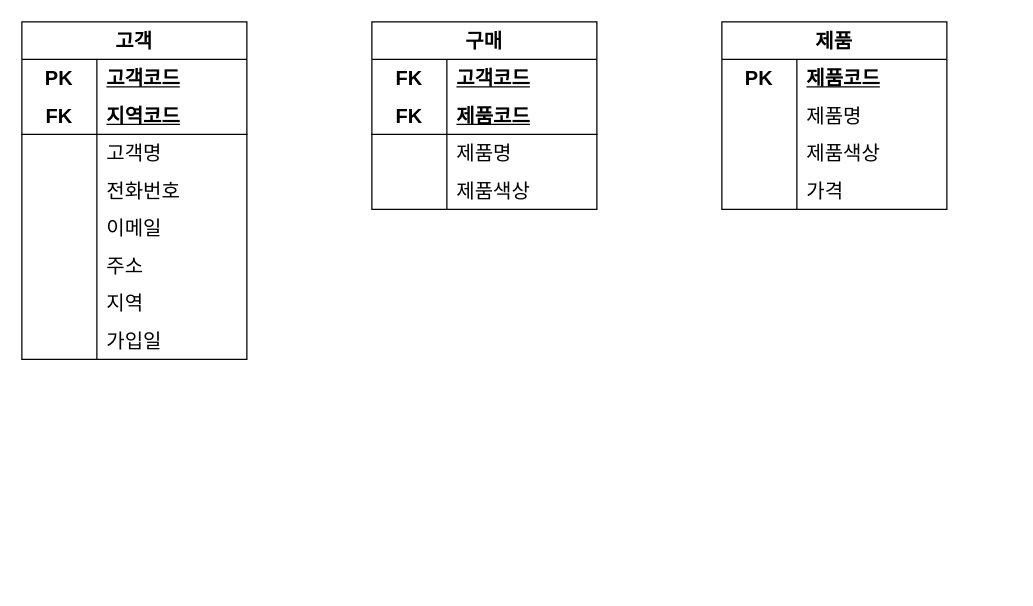
Above: page "릴레이션" (2 of 2) of 온라인상거래.drawio in 2naayoon/prep (draw.io), before the change. Source tidied: cells renumbered, new cells numbered last; positions are measured from the earlier drawing's top-left corner, leaving out a move shared by most shapes. Both pictures are drawn from the tidied source at 125%, with x=0, y=0 at pixel (21, 21).
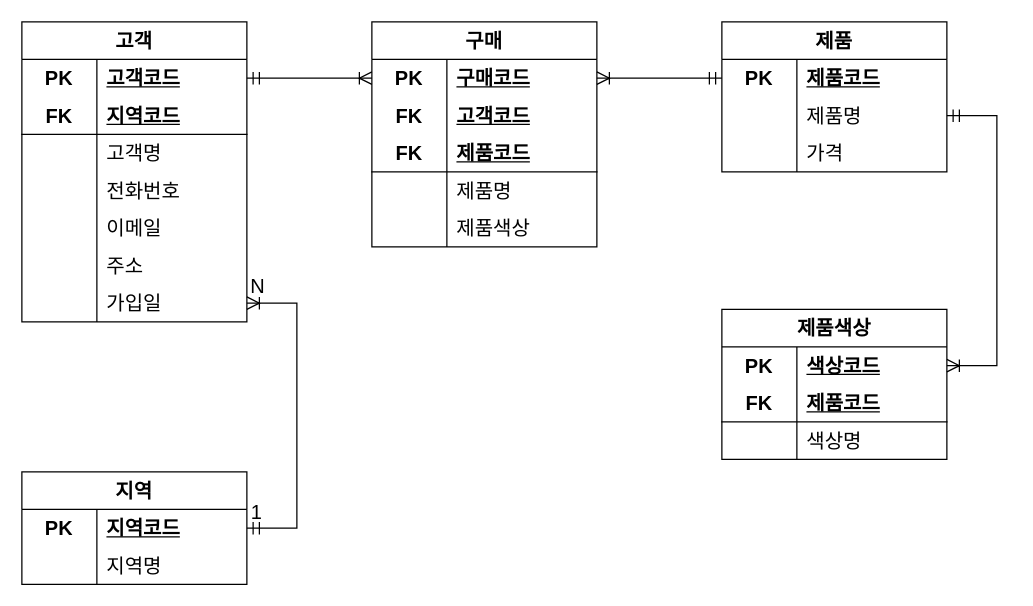
Above is the later version.

The change refers to these unchanged cells:
```xml
<mxCell id="3" style="shape=tableRow;horizontal=0;startSize=0;swimlaneHead=0;swimlaneBody=0;fillColor=none;points=[[0,0.5],[1,0.5]];portConstraint=eastwest;top=0;left=0;right=0;bottom=0;html=1;fontSize=16;" parent="2" vertex="1">
  <mxGeometry y="30" width="180" height="30" as="geometry" />
</mxCell>
<mxCell id="28" style="shape=tableRow;horizontal=0;startSize=0;swimlaneHead=0;swimlaneBody=0;fillColor=none;points=[[0,0.5],[1,0.5]];portConstraint=eastwest;top=0;left=0;right=0;bottom=0;html=1;fontSize=16;" parent="27" vertex="1">
  <mxGeometry y="30" width="180" height="30" as="geometry" />
</mxCell>
<mxCell id="31" style="shape=tableRow;horizontal=0;startSize=0;swimlaneHead=0;swimlaneBody=0;fillColor=none;points=[[0,0.5],[1,0.5]];portConstraint=eastwest;top=0;left=0;right=0;bottom=0;html=1;fontSize=16;" parent="27" vertex="1">
  <mxGeometry y="60" width="180" height="30" as="geometry" />
</mxCell>
```

The edit, as a diff of the source:
```diff
@@
     <mxCell id="2" value="고객" style="shape=table;startSize=30;childLayout=tableLayout;rowLines=0;fontStyle=1;align=center;html=1;whiteSpace=wrap;fontSize=16;" parent="1" vertex="1">
-      <mxGeometry width="180" height="270" as="geometry" />
+      <mxGeometry width="180" height="240" as="geometry" />
     </mxCell>
@@
-    <mxCell id="21" style="shape=tableRow;horizontal=0;startSize=0;swimlaneHead=0;swimlaneBody=0;fillColor=none;top=0;left=0;right=0;bottom=0;html=1;fontSize=16;" parent="2" vertex="1">
-      <mxGeometry y="210" width="180" height="30" as="geometry" />
-    </mxCell>
-    <mxCell id="22" style="shape=partialRectangle;fillColor=none;top=0;left=0;bottom=0;right=0;overflow=hidden;html=1;whiteSpace=wrap;fontSize=16;" parent="21" vertex="1">
-      <mxGeometry width="60" height="30" as="geometry" />
-    </mxCell>
-    <mxCell id="23" value="지역" style="shape=partialRectangle;fillColor=none;top=0;left=0;bottom=0;right=0;align=left;spacingLeft=6;overflow=hidden;html=1;whiteSpace=wrap;fontSize=16;" parent="21" vertex="1">
-      <mxGeometry x="60" width="120" height="30" as="geometry" />
-    </mxCell>
     <mxCell id="24" style="shape=tableRow;horizontal=0;startSize=0;swimlaneHead=0;swimlaneBody=0;fillColor=none;points=[[0,0.5],[1,0.5]];portConstraint=eastwest;top=0;left=0;right=0;bottom=0;html=1;fontSize=16;" parent="2" vertex="1">
-      <mxGeometry y="240" width="180" height="30" as="geometry" />
+      <mxGeometry y="210" width="180" height="30" as="geometry" />
     </mxCell>
@@
     <mxCell id="27" value="제품" style="shape=table;startSize=30;childLayout=tableLayout;rowLines=0;fontStyle=1;align=center;html=1;whiteSpace=wrap;fontSize=16;" parent="1" vertex="1">
-      <mxGeometry x="560" width="180" height="150" as="geometry" />
+      <mxGeometry x="560" width="180" height="120" as="geometry" />
     </mxCell>
@@
-    <mxCell id="34" style="shape=tableRow;horizontal=0;startSize=0;swimlaneHead=0;swimlaneBody=0;fillColor=none;top=0;left=0;right=0;bottom=0;html=1;fontSize=16;" parent="27" vertex="1">
-      <mxGeometry y="90" width="180" height="30" as="geometry" />
-    </mxCell>
-    <mxCell id="35" style="shape=partialRectangle;fillColor=none;top=0;left=0;bottom=0;right=0;overflow=hidden;html=1;whiteSpace=wrap;fontSize=16;" parent="34" vertex="1">
-      <mxGeometry width="60" height="30" as="geometry" />
-    </mxCell>
-    <mxCell id="36" value="제품색상" style="shape=partialRectangle;fillColor=none;top=0;left=0;bottom=0;right=0;align=left;spacingLeft=6;overflow=hidden;html=1;whiteSpace=wrap;fontSize=16;" parent="34" vertex="1">
-      <mxGeometry x="60" width="120" height="30" as="geometry" />
-    </mxCell>
     <mxCell id="37" style="shape=tableRow;horizontal=0;startSize=0;swimlaneHead=0;swimlaneBody=0;fillColor=none;top=0;left=0;right=0;bottom=0;html=1;fontSize=16;" parent="27" vertex="1">
-      <mxGeometry y="120" width="180" height="30" as="geometry" />
+      <mxGeometry y="90" width="180" height="30" as="geometry" />
     </mxCell>
@@
     <mxCell id="40" value="구매" style="shape=table;startSize=30;childLayout=tableLayout;rowLines=0;fontStyle=1;align=center;html=1;whiteSpace=wrap;fontSize=16;" parent="1" vertex="1">
-      <mxGeometry x="280" width="180" height="150" as="geometry" />
+      <mxGeometry x="280" width="180" height="180" as="geometry" />
     </mxCell>
+    <mxCell id="53" style="shape=tableRow;horizontal=0;startSize=0;swimlaneHead=0;swimlaneBody=0;fillColor=none;points=[[0,0.5],[1,0.5]];portConstraint=eastwest;top=0;left=0;right=0;bottom=0;html=1;fontSize=16;" parent="40" vertex="1">
+      <mxGeometry y="30" width="180" height="30" as="geometry" />
+    </mxCell>
+    <mxCell id="54" value="PK" style="shape=partialRectangle;fillColor=none;top=0;left=0;bottom=0;right=0;fontStyle=1;overflow=hidden;html=1;whiteSpace=wrap;fontSize=16;" parent="53" vertex="1">
+      <mxGeometry width="60" height="30" as="geometry" />
+    </mxCell>
+    <mxCell id="55" value="구매코드" style="shape=partialRectangle;fillColor=none;top=0;left=0;bottom=0;right=0;align=left;spacingLeft=6;fontStyle=5;overflow=hidden;html=1;whiteSpace=wrap;fontSize=16;" parent="53" vertex="1">
+      <mxGeometry x="60" width="120" height="30" as="geometry" />
+    </mxCell>
     <mxCell id="41" style="shape=tableRow;horizontal=0;startSize=0;swimlaneHead=0;swimlaneBody=0;fillColor=none;top=0;left=0;right=0;bottom=0;html=1;fontSize=16;" parent="40" vertex="1">
-      <mxGeometry y="30" width="180" height="30" as="geometry" />
+      <mxGeometry y="60" width="180" height="30" as="geometry" />
     </mxCell>
@@
     <mxCell id="44" style="shape=tableRow;horizontal=0;startSize=0;swimlaneHead=0;swimlaneBody=0;fillColor=none;top=0;left=0;right=0;bottom=1;html=1;fontSize=16;" parent="40" vertex="1">
-      <mxGeometry y="60" width="180" height="30" as="geometry" />
+      <mxGeometry y="90" width="180" height="30" as="geometry" />
     </mxCell>
@@
     <mxCell id="47" style="shape=tableRow;horizontal=0;startSize=0;swimlaneHead=0;swimlaneBody=0;fillColor=none;top=0;left=0;right=0;bottom=0;html=1;fontSize=16;" parent="40" vertex="1">
-      <mxGeometry y="90" width="180" height="30" as="geometry" />
+      <mxGeometry y="120" width="180" height="30" as="geometry" />
     </mxCell>
@@
     <mxCell id="50" style="shape=tableRow;horizontal=0;startSize=0;swimlaneHead=0;swimlaneBody=0;fillColor=none;top=0;left=0;right=0;bottom=0;html=1;fontSize=16;" parent="40" vertex="1">
-      <mxGeometry y="120" width="180" height="30" as="geometry" />
+      <mxGeometry y="150" width="180" height="30" as="geometry" />
     </mxCell>
@@
+    <mxCell id="23" value="지역" style="shape=table;startSize=30;childLayout=tableLayout;rowLines=0;fontStyle=1;align=center;html=1;whiteSpace=wrap;fontSize=16;" parent="1" vertex="1">
+      <mxGeometry y="360" width="180" height="90" as="geometry" />
+    </mxCell>
+    <mxCell id="56" style="shape=tableRow;horizontal=0;startSize=0;swimlaneHead=0;swimlaneBody=0;fillColor=none;points=[[0,0.5],[1,0.5]];portConstraint=eastwest;top=0;left=0;right=0;bottom=0;html=1;fontSize=16;swimlaneFillColor=none;" parent="23" vertex="1">
+      <mxGeometry y="30" width="180" height="30" as="geometry" />
+    </mxCell>
+    <mxCell id="57" value="PK" style="shape=partialRectangle;fillColor=none;top=0;left=0;bottom=0;right=0;fontStyle=1;overflow=hidden;html=1;whiteSpace=wrap;fontSize=16;" parent="56" vertex="1">
+      <mxGeometry width="60" height="30" as="geometry" />
+    </mxCell>
+    <mxCell id="58" value="지역코드" style="shape=partialRectangle;fillColor=none;top=0;left=0;bottom=0;right=0;align=left;spacingLeft=6;fontStyle=5;overflow=hidden;html=1;whiteSpace=wrap;fontSize=16;" parent="56" vertex="1">
+      <mxGeometry x="60" width="120" height="30" as="geometry" />
+    </mxCell>
+    <mxCell id="59" style="shape=tableRow;horizontal=0;startSize=0;swimlaneHead=0;swimlaneBody=0;fillColor=none;top=0;left=0;right=0;bottom=0;html=1;fontSize=16;" parent="23" vertex="1">
+      <mxGeometry y="60" width="180" height="30" as="geometry" />
+    </mxCell>
+    <mxCell id="60" style="shape=partialRectangle;fillColor=none;top=0;left=0;bottom=0;right=0;overflow=hidden;html=1;whiteSpace=wrap;fontSize=16;" parent="59" vertex="1">
+      <mxGeometry width="60" height="30" as="geometry" />
+    </mxCell>
+    <mxCell id="61" value="지역명" style="shape=partialRectangle;fillColor=none;top=0;left=0;bottom=0;right=0;align=left;spacingLeft=6;overflow=hidden;html=1;whiteSpace=wrap;fontSize=16;" parent="59" vertex="1">
+      <mxGeometry x="60" width="120" height="30" as="geometry" />
+    </mxCell>
+    <mxCell id="62" style="edgeStyle=orthogonalEdgeStyle;fontSize=12;html=1;endArrow=ERoneToMany;startArrow=ERmandOne;rounded=0;startSize=8;endSize=8;exitX=1;exitY=0.5;exitDx=0;exitDy=0;entryX=1;entryY=0.5;entryDx=0;entryDy=0;" parent="1" edge="1" source="56" target="24">
+      <mxGeometry relative="1" as="geometry">
+        <Array as="points">
+          <mxPoint x="220" y="405" />
+          <mxPoint x="220" y="225" />
+        </Array>
+      </mxGeometry>
+    </mxCell>
+    <mxCell id="63" value="N" style="text;strokeColor=none;fillColor=none;html=1;align=center;verticalAlign=middle;whiteSpace=wrap;rounded=0;fontSize=16;" parent="1" vertex="1">
+      <mxGeometry x="184" y="206" width="10" height="10" as="geometry" />
+    </mxCell>
+    <mxCell id="64" value="1" style="text;strokeColor=none;fillColor=none;html=1;align=center;verticalAlign=middle;whiteSpace=wrap;rounded=0;fontSize=16;" parent="1" vertex="1">
+      <mxGeometry x="183" y="387" width="10" height="10" as="geometry" />
+    </mxCell>
+    <mxCell id="36" value="제품색상" style="shape=table;startSize=30;childLayout=tableLayout;rowLines=0;fontStyle=1;align=center;html=1;whiteSpace=wrap;strokeColor=default;verticalAlign=middle;fontFamily=Helvetica;fontSize=16;fontColor=default;fillColor=none;" parent="1" vertex="1">
+      <mxGeometry x="560" y="230" width="180" height="120" as="geometry" />
+    </mxCell>
+    <mxCell id="65" style="shape=tableRow;horizontal=0;startSize=0;swimlaneHead=0;swimlaneBody=0;fillColor=none;points=[[0,0.5],[1,0.5]];portConstraint=eastwest;top=0;left=0;right=0;bottom=0;html=1;strokeColor=default;align=center;verticalAlign=middle;fontFamily=Helvetica;fontSize=16;fontColor=default;" parent="36" vertex="1">
+      <mxGeometry y="30" width="180" height="30" as="geometry" />
+    </mxCell>
+    <mxCell id="66" value="PK" style="shape=partialRectangle;fillColor=none;top=0;left=0;bottom=0;right=0;fontStyle=1;overflow=hidden;html=1;whiteSpace=wrap;strokeColor=default;align=center;verticalAlign=middle;fontFamily=Helvetica;fontSize=16;fontColor=default;startSize=0;" parent="65" vertex="1">
+      <mxGeometry width="60" height="30" as="geometry" />
+    </mxCell>
+    <mxCell id="67" value="색상코드" style="shape=partialRectangle;fillColor=none;top=0;left=0;bottom=0;right=0;align=left;spacingLeft=6;fontStyle=5;overflow=hidden;html=1;whiteSpace=wrap;strokeColor=default;verticalAlign=middle;fontFamily=Helvetica;fontSize=16;fontColor=default;startSize=0;" parent="65" vertex="1">
+      <mxGeometry x="60" width="120" height="30" as="geometry" />
+    </mxCell>
+    <mxCell id="68" style="shape=tableRow;horizontal=0;startSize=0;swimlaneHead=0;swimlaneBody=0;fillColor=none;top=0;left=0;right=0;bottom=1;html=1;strokeColor=default;align=center;verticalAlign=middle;fontFamily=Helvetica;fontSize=16;fontColor=default;" parent="36" vertex="1">
+      <mxGeometry y="60" width="180" height="30" as="geometry" />
+    </mxCell>
+    <mxCell id="69" value="FK" style="shape=partialRectangle;fillColor=none;top=0;left=0;bottom=0;right=0;fontStyle=1;overflow=hidden;html=1;whiteSpace=wrap;strokeColor=default;align=center;verticalAlign=middle;fontFamily=Helvetica;fontSize=16;fontColor=default;startSize=0;" parent="68" vertex="1">
+      <mxGeometry width="60" height="30" as="geometry" />
+    </mxCell>
+    <mxCell id="70" value="제품코드" style="shape=partialRectangle;fillColor=none;top=0;left=0;bottom=0;right=0;align=left;spacingLeft=6;fontStyle=5;overflow=hidden;html=1;whiteSpace=wrap;strokeColor=default;verticalAlign=middle;fontFamily=Helvetica;fontSize=16;fontColor=default;startSize=0;" parent="68" vertex="1">
+      <mxGeometry x="60" width="120" height="30" as="geometry" />
+    </mxCell>
+    <mxCell id="71" style="shape=tableRow;horizontal=0;startSize=0;swimlaneHead=0;swimlaneBody=0;fillColor=none;top=0;left=0;right=0;bottom=0;html=1;strokeColor=default;align=center;verticalAlign=middle;fontFamily=Helvetica;fontSize=16;fontColor=default;" parent="36" vertex="1">
+      <mxGeometry y="90" width="180" height="30" as="geometry" />
+    </mxCell>
+    <mxCell id="72" style="shape=partialRectangle;fillColor=none;top=0;left=0;bottom=0;right=0;overflow=hidden;html=1;whiteSpace=wrap;strokeColor=default;align=center;verticalAlign=middle;fontFamily=Helvetica;fontSize=16;fontColor=default;startSize=0;" parent="71" vertex="1">
+      <mxGeometry width="60" height="30" as="geometry" />
+    </mxCell>
+    <mxCell id="73" value="색상명" style="shape=partialRectangle;fillColor=none;top=0;left=0;bottom=0;right=0;align=left;spacingLeft=6;overflow=hidden;html=1;whiteSpace=wrap;strokeColor=default;verticalAlign=middle;fontFamily=Helvetica;fontSize=16;fontColor=default;startSize=0;" parent="71" vertex="1">
+      <mxGeometry x="60" width="120" height="30" as="geometry" />
+    </mxCell>
+    <mxCell id="74" style="edgeStyle=orthogonalEdgeStyle;fontSize=12;html=1;endArrow=ERoneToMany;startArrow=ERmandOne;rounded=0;startSize=8;endSize=8;exitX=1;exitY=0.5;exitDx=0;exitDy=0;entryX=1;entryY=0.5;entryDx=0;entryDy=0;" parent="1" edge="1" source="31" target="65">
+      <mxGeometry relative="1" as="geometry">
+        <Array as="points">
+          <mxPoint x="780" y="75" />
+          <mxPoint x="780" y="275" />
+        </Array>
+      </mxGeometry>
+    </mxCell>
+    <mxCell id="75" style="fontSize=12;html=1;endArrow=ERoneToMany;startArrow=ERmandOne;rounded=0;startSize=8;endSize=8;exitX=1;exitY=0.5;exitDx=0;exitDy=0;entryX=0;entryY=0.5;entryDx=0;entryDy=0;" parent="1" edge="1" source="3" target="53">
+      <mxGeometry relative="1" as="geometry" />
+    </mxCell>
+    <mxCell id="76" style="fontSize=12;html=1;endArrow=ERoneToMany;startArrow=ERmandOne;rounded=0;startSize=8;endSize=8;exitX=0;exitY=0.5;exitDx=0;exitDy=0;entryX=1;entryY=0.5;entryDx=0;entryDy=0;" parent="1" edge="1" source="28" target="53">
+      <mxGeometry relative="1" as="geometry" />
+    </mxCell>
```
